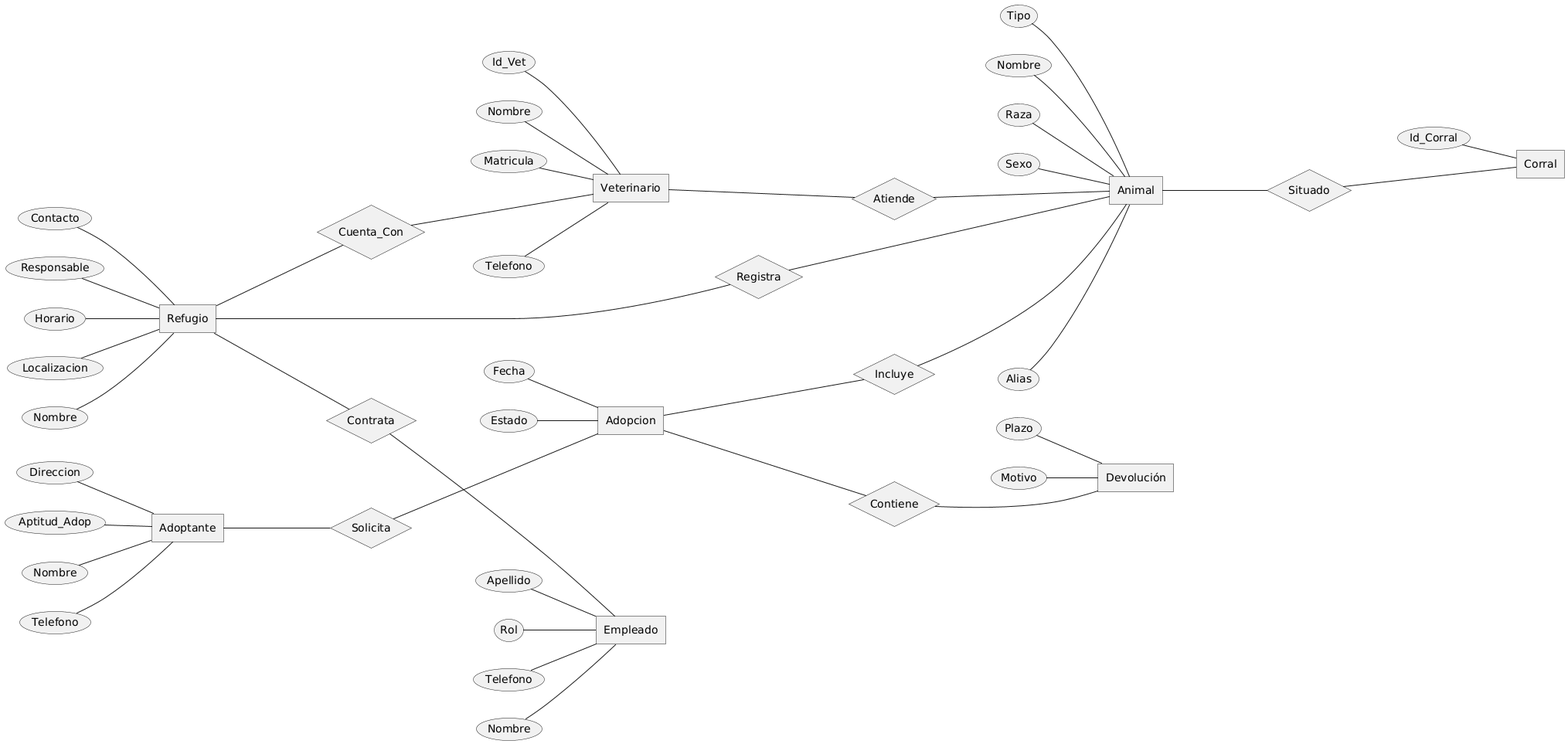
nniccolas/proyecto-refugio-de-animales keeps this PlantUML diagram as Der/der.png. Above is the earlier version. The source it was exported from:
```plantuml
@startchen
left to right direction

entity Refugio {
  Localizacion
  Nombre
  Contacto
  Responsable
  Horario
}

entity Empleado {
  Nombre
  Apellido
  Rol
  Telefono
}

entity Veterinario {
  Id_Vet
  Nombre
  Matricula
  Telefono
}

entity Animal {
  Alias
  Tipo
  Nombre
  Raza
  Sexo
}

entity Corral {
  Id_Corral
}

entity Adopcion {
  Estado
  Fecha
}

entity Devolución {
  Plazo
  Motivo
}

entity Adoptante {
  Nombre
  Telefono
  Direccion
  Aptitud_Adop
}

relationship Registra {
}

relationship Incluye {
}

relationship Situado {
}

relationship Solicita {
}

relationship Contiene {
}

relationship Contrata {
}

relationship Atiende {
}

relationship Cuenta_Con {
}


Refugio -- Registra
Registra -- Animal

Refugio -- Contrata
Contrata -- Empleado

Refugio -- Cuenta_Con
Cuenta_Con -- Veterinario

Veterinario -- Atiende
Atiende -- Animal

Animal -- Situado
Situado -- Corral

Adopcion -- Incluye
Incluye -- Animal

Adopcion -- Contiene
Contiene -- Devolución

Adoptante -- Solicita
Solicita -- Adopcion

@endchen
```
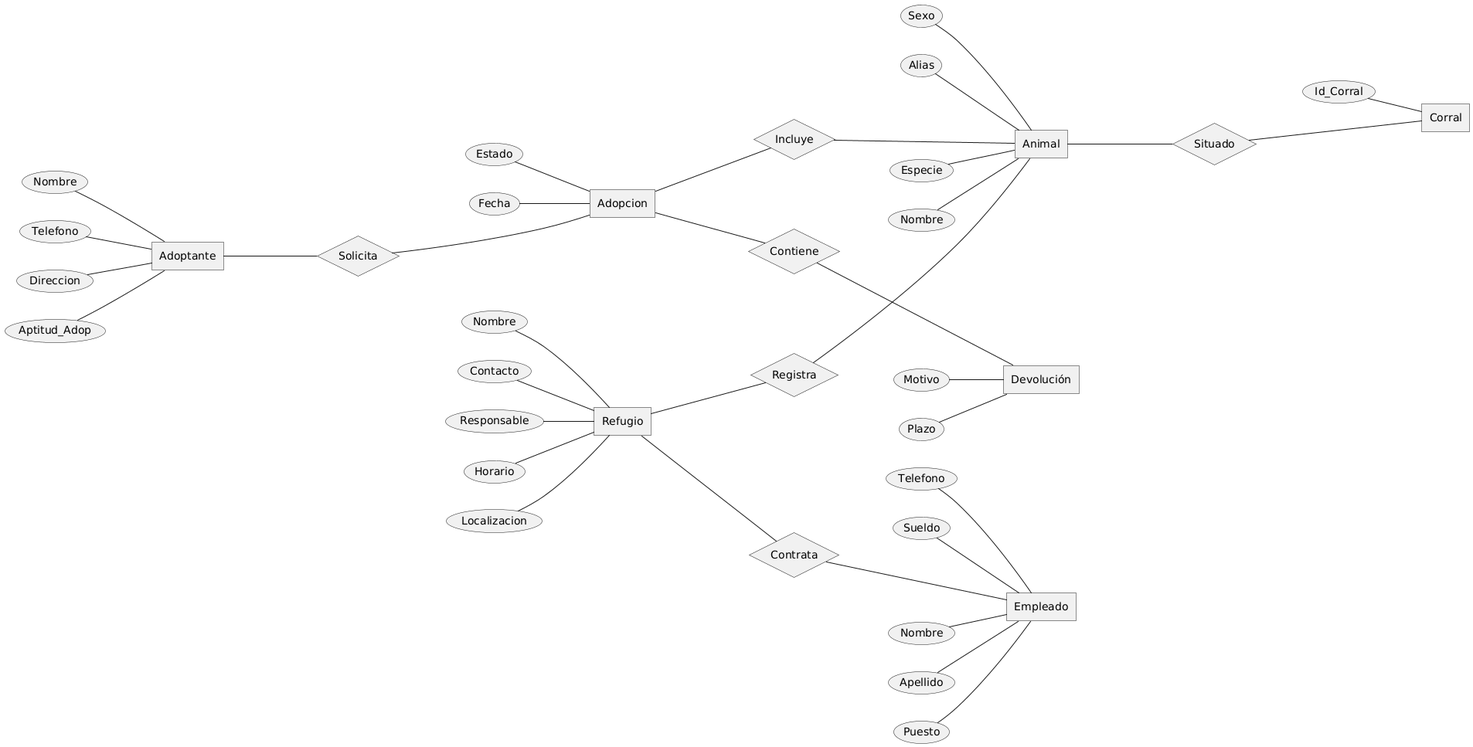
After the commit.

Commit message:
Prueba De DER

The edit, as a diff of the source:
```diff
@@ -12,22 +12,16 @@
 entity Empleado {
   Nombre
   Apellido
-  Rol
+  Puesto
   Telefono
+  Sueldo
 }
 
-entity Veterinario {
-  Id_Vet
-  Nombre
-  Matricula
-  Telefono
-}
 
 entity Animal {
   Alias
-  Tipo
+  Especie
   Nombre
-  Raza
   Sexo
 }
 
@@ -70,24 +64,12 @@
 relationship Contrata {
 }
 
-relationship Atiende {
-}
-
-relationship Cuenta_Con {
-}
-
 
 Refugio -- Registra
 Registra -- Animal
 
 Refugio -- Contrata
 Contrata -- Empleado
-
-Refugio -- Cuenta_Con
-Cuenta_Con -- Veterinario
-
-Veterinario -- Atiende
-Atiende -- Animal
 
 Animal -- Situado
 Situado -- Corral
```
